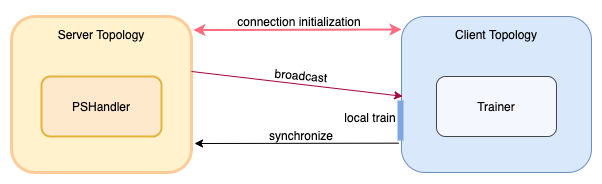
Above: docs/imgs/fedlab-sychronous.png in SMILELab-FL/FedLab (draw.io), before the change. Source tidied: cells renumbered, new cells last; positions are measured from the earlier drawing's top-left corner, leaving out a move shared by most shapes. Source of this version:
```xml
<mxGraphModel>
  <root>
    <mxCell id="0" />
    <mxCell id="1" parent="0" />
    <mxCell id="2" style="rounded=1;whiteSpace=wrap;html=1;fillColor=#fff2cc;strokeColor=#FFCC99;strokeWidth=3;" parent="1" vertex="1">
      <mxGeometry y="5" width="180" height="156" as="geometry" />
    </mxCell>
    <mxCell id="3" value="Server Topology" style="text;html=1;strokeColor=none;fillColor=none;align=center;verticalAlign=middle;whiteSpace=wrap;rounded=0;" parent="1" vertex="1">
      <mxGeometry x="25" y="13" width="130" height="20" as="geometry" />
    </mxCell>
    <mxCell id="4" style="rounded=1;whiteSpace=wrap;html=1;fillColor=#dae8fc;strokeColor=#6c8ebf;" parent="1" vertex="1">
      <mxGeometry x="390" y="5" width="190" height="156" as="geometry" />
    </mxCell>
    <mxCell id="5" value="Client Topology" style="text;html=1;strokeColor=none;fillColor=none;align=center;verticalAlign=middle;whiteSpace=wrap;rounded=0;" parent="1" vertex="1">
      <mxGeometry x="390" y="13" width="190" height="20" as="geometry" />
    </mxCell>
    <mxCell id="6" style="endArrow=classic;html=1;exitX=1;exitY=0.25;exitDx=0;exitDy=0;entryX=0.006;entryY=0.409;entryDx=0;entryDy=0;entryPerimeter=0;fillColor=#d80073;strokeColor=#A50040;" parent="1" edge="1">
      <mxGeometry relative="1" as="geometry">
        <mxPoint x="180" y="60" as="sourcePoint" />
        <mxPoint x="391.1" y="84.8" as="targetPoint" />
      </mxGeometry>
    </mxCell>
    <mxCell id="7" style="endArrow=classic;html=1;exitX=-0.015;exitY=0.812;exitDx=0;exitDy=0;exitPerimeter=0;" parent="1" edge="1" source="4">
      <mxGeometry relative="1" as="geometry">
        <mxPoint x="183" y="132" as="targetPoint" />
      </mxGeometry>
    </mxCell>
    <mxCell id="8" value="synchronize" style="text;html=1;strokeColor=none;fillColor=none;align=center;verticalAlign=middle;whiteSpace=wrap;rounded=0;shadow=0;glass=0;dashed=1;sketch=0;opacity=70;" parent="1" vertex="1">
      <mxGeometry x="245" y="114" width="90" height="20" as="geometry" />
    </mxCell>
    <mxCell id="9" value="PSHandler" style="rounded=1;whiteSpace=wrap;html=1;shadow=0;glass=0;sketch=0;strokeColor=#d79b00;fillColor=#ffe6cc;opacity=70;strokeWidth=2;" parent="1" vertex="1">
      <mxGeometry x="30" y="65" width="120" height="60" as="geometry" />
    </mxCell>
    <mxCell id="10" value="Trainer" style="rounded=1;whiteSpace=wrap;html=1;shadow=0;glass=0;sketch=0;opacity=70;" parent="1" vertex="1">
      <mxGeometry x="425" y="65" width="120" height="60" as="geometry" />
    </mxCell>
    <mxCell id="11" style="endArrow=classic;startArrow=classic;html=1;entryX=0;entryY=0.25;entryDx=0;entryDy=0;exitX=1.01;exitY=0.087;exitDx=0;exitDy=0;exitPerimeter=0;fillColor=#d80073;strokeWidth=2;strokeColor=#FF6B7F;" parent="1" edge="1" source="2" target="5">
      <mxGeometry relative="1" as="geometry" />
    </mxCell>
    <mxCell id="12" value="connection initialization" style="text;html=1;fillColor=none;align=center;verticalAlign=middle;whiteSpace=wrap;rounded=0;strokeWidth=2;" parent="1" vertex="1">
      <mxGeometry x="198" width="180" height="20" as="geometry" />
    </mxCell>
    <mxCell id="13" value="broadcast" style="text;html=1;strokeColor=none;fillColor=none;align=center;verticalAlign=middle;whiteSpace=wrap;rounded=0;rotation=5;" parent="1" vertex="1">
      <mxGeometry x="245" y="54" width="90" height="20" as="geometry" />
    </mxCell>
    <mxCell id="14" style="endArrow=none;html=1;strokeWidth=6;strokeColor=#7EA6E0;" parent="1" edge="1">
      <mxGeometry relative="1" as="geometry">
        <mxPoint x="389" y="129" as="sourcePoint" />
        <mxPoint x="389" y="89" as="targetPoint" />
      </mxGeometry>
    </mxCell>
    <mxCell id="15" value="local train" style="text;html=1;strokeColor=none;fillColor=none;align=center;verticalAlign=middle;whiteSpace=wrap;rounded=0;" parent="1" vertex="1">
      <mxGeometry x="314" y="96" width="90" height="20" as="geometry" />
    </mxCell>
  </root>
</mxGraphModel>
```
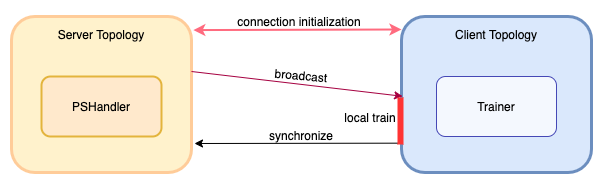
Later version of the same file.

Diff of the diagram source:
```diff
@@ -2,13 +2,16 @@
   <root>
     <mxCell id="0" />
     <mxCell id="1" parent="0" />
+    <mxCell id="15" value="local train" style="text;html=1;strokeColor=none;fillColor=none;align=center;verticalAlign=middle;whiteSpace=wrap;rounded=0;" parent="1" vertex="1">
+      <mxGeometry x="314" y="96" width="90" height="20" as="geometry" />
+    </mxCell>
     <mxCell id="2" style="rounded=1;whiteSpace=wrap;html=1;fillColor=#fff2cc;strokeColor=#FFCC99;strokeWidth=3;" parent="1" vertex="1">
       <mxGeometry y="5" width="180" height="156" as="geometry" />
     </mxCell>
     <mxCell id="3" value="Server Topology" style="text;html=1;strokeColor=none;fillColor=none;align=center;verticalAlign=middle;whiteSpace=wrap;rounded=0;" parent="1" vertex="1">
       <mxGeometry x="25" y="13" width="130" height="20" as="geometry" />
     </mxCell>
-    <mxCell id="4" style="rounded=1;whiteSpace=wrap;html=1;fillColor=#dae8fc;strokeColor=#6c8ebf;" parent="1" vertex="1">
+    <mxCell id="4" style="rounded=1;whiteSpace=wrap;html=1;fillColor=#dae8fc;strokeColor=#6c8ebf;strokeWidth=3;" parent="1" vertex="1">
       <mxGeometry x="390" y="5" width="190" height="156" as="geometry" />
     </mxCell>
     <mxCell id="5" value="Client Topology" style="text;html=1;strokeColor=none;fillColor=none;align=center;verticalAlign=middle;whiteSpace=wrap;rounded=0;" parent="1" vertex="1">
@@ -31,7 +34,7 @@
     <mxCell id="9" value="PSHandler" style="rounded=1;whiteSpace=wrap;html=1;shadow=0;glass=0;sketch=0;strokeColor=#d79b00;fillColor=#ffe6cc;opacity=70;strokeWidth=2;" parent="1" vertex="1">
       <mxGeometry x="30" y="65" width="120" height="60" as="geometry" />
     </mxCell>
-    <mxCell id="10" value="Trainer" style="rounded=1;whiteSpace=wrap;html=1;shadow=0;glass=0;sketch=0;opacity=70;" parent="1" vertex="1">
+    <mxCell id="10" value="Trainer" style="rounded=1;whiteSpace=wrap;html=1;shadow=0;glass=0;sketch=0;opacity=70;strokeColor=#000099;" parent="1" vertex="1">
       <mxGeometry x="425" y="65" width="120" height="60" as="geometry" />
     </mxCell>
     <mxCell id="11" style="endArrow=classic;startArrow=classic;html=1;entryX=0;entryY=0.25;entryDx=0;entryDy=0;exitX=1.01;exitY=0.087;exitDx=0;exitDy=0;exitPerimeter=0;fillColor=#d80073;strokeWidth=2;strokeColor=#FF6B7F;" parent="1" edge="1" source="2" target="5">
@@ -43,14 +46,11 @@
     <mxCell id="13" value="broadcast" style="text;html=1;strokeColor=none;fillColor=none;align=center;verticalAlign=middle;whiteSpace=wrap;rounded=0;rotation=5;" parent="1" vertex="1">
       <mxGeometry x="245" y="54" width="90" height="20" as="geometry" />
     </mxCell>
-    <mxCell id="14" style="endArrow=none;html=1;strokeWidth=6;strokeColor=#7EA6E0;" parent="1" edge="1">
+    <mxCell id="14" style="endArrow=none;html=1;strokeWidth=6;strokeColor=#FF3333;startSize=11;endSize=6;" parent="1" edge="1">
       <mxGeometry relative="1" as="geometry">
-        <mxPoint x="389" y="129" as="sourcePoint" />
-        <mxPoint x="389" y="89" as="targetPoint" />
+        <mxPoint x="389" y="133" as="sourcePoint" />
+        <mxPoint x="389" y="86" as="targetPoint" />
       </mxGeometry>
     </mxCell>
-    <mxCell id="15" value="local train" style="text;html=1;strokeColor=none;fillColor=none;align=center;verticalAlign=middle;whiteSpace=wrap;rounded=0;" parent="1" vertex="1">
-      <mxGeometry x="314" y="96" width="90" height="20" as="geometry" />
-    </mxCell>
   </root>
 </mxGraphModel>
```
